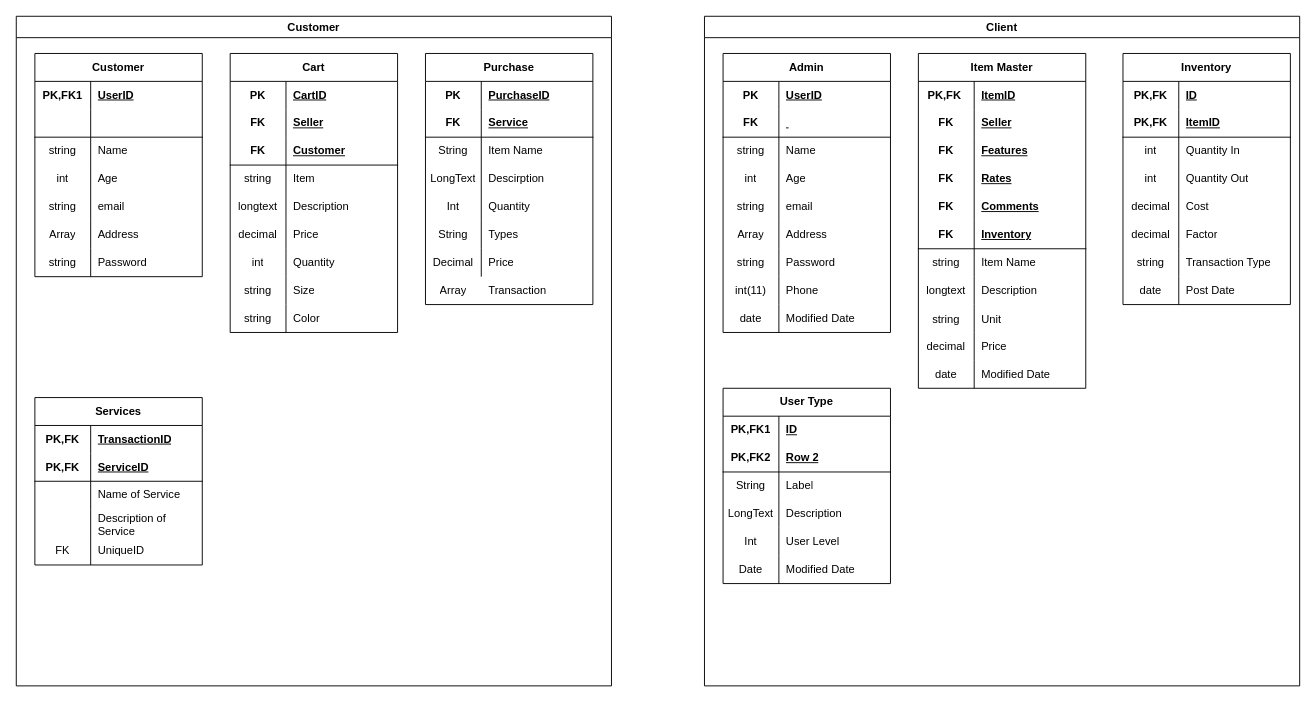
Before: Untitled Diagram.drawio in clydeaaron/ERD, a draw.io diagram. Source tidied: cells renumbered, new cells numbered last; positions are measured from the earlier drawing's top-left corner, leaving out a move shared by most shapes. Both pictures are drawn from the tidied source at 93%, with x=0, y=0 at pixel (16, 16).
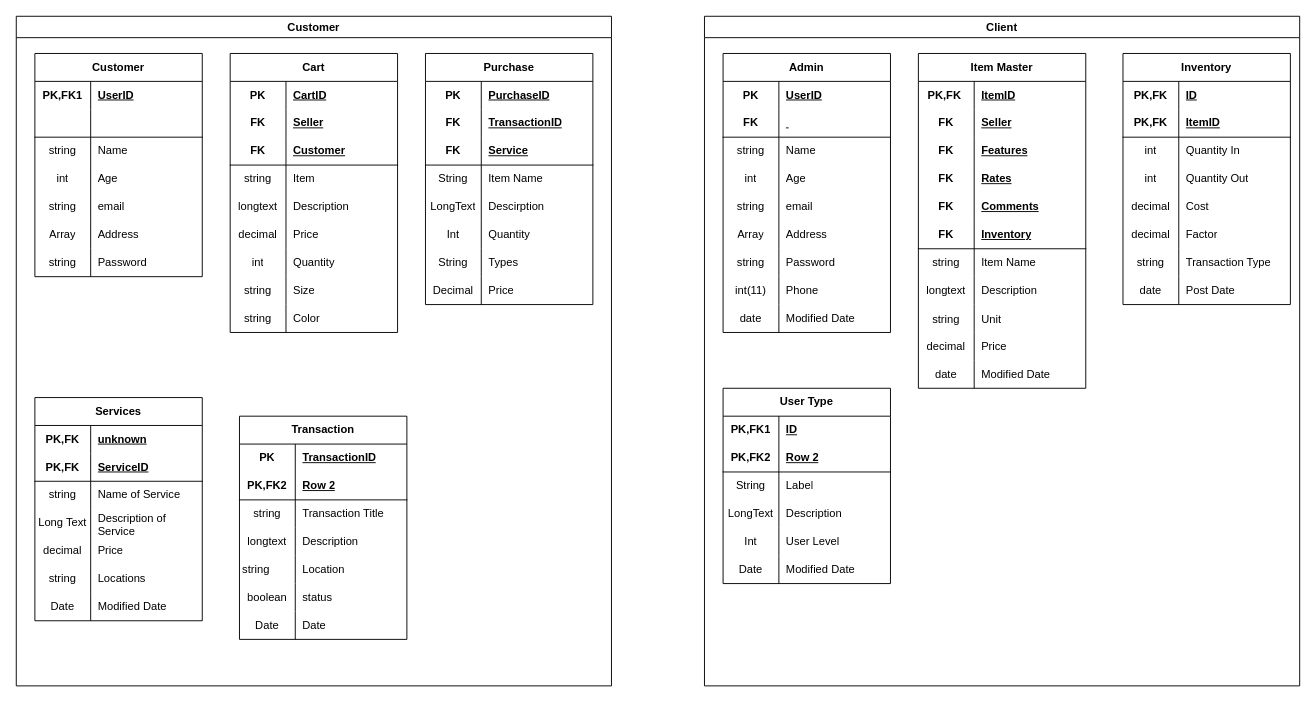
The same diagram, later.

Commit message:
Transaction table for Customer

The change refers to these unchanged cells:
```xml
<mxCell id="2" value="Customer" style="swimlane;whiteSpace=wrap;html=1;fillColor=#FFFFFF;" parent="1" vertex="1">
  <mxGeometry width="640" height="720" as="geometry" />
</mxCell>
<mxCell id="53" value="Purchase" style="shape=table;startSize=30;childLayout=tableLayout;rowLines=0;fontStyle=1;align=center;html=1;whiteSpace=wrap;" parent="2" vertex="1">
  <mxGeometry x="440" y="40" width="180" height="270" as="geometry" />
</mxCell>
<mxCell id="76" style="shape=tableRow;horizontal=0;startSize=0;swimlaneHead=0;swimlaneBody=0;fillColor=none;top=0;left=0;right=0;bottom=0;html=1;" parent="75" vertex="1">
  <mxGeometry y="30" width="180" height="30" as="geometry" />
</mxCell>
<mxCell id="82" style="shape=tableRow;horizontal=0;startSize=0;swimlaneHead=0;swimlaneBody=0;fillColor=none;top=0;left=0;right=0;bottom=0;html=1;" parent="75" vertex="1">
  <mxGeometry y="90" width="180" height="30" as="geometry" />
</mxCell>
<mxCell id="85" style="shape=tableRow;horizontal=0;startSize=0;swimlaneHead=0;swimlaneBody=0;fillColor=none;top=0;left=0;right=0;bottom=0;html=1;" parent="75" vertex="1">
  <mxGeometry y="120" width="180" height="30" as="geometry" />
</mxCell>
<mxCell id="88" style="shape=tableRow;horizontal=0;startSize=0;swimlaneHead=0;swimlaneBody=0;fillColor=none;top=0;left=0;right=0;bottom=0;" parent="75" vertex="1">
  <mxGeometry y="150" width="180" height="30" as="geometry" />
</mxCell>
```

Change to the diagram source:
```diff
@@
+    <mxCell id="201" style="shape=tableRow;horizontal=0;startSize=0;swimlaneHead=0;swimlaneBody=0;fillColor=none;top=0;left=0;right=0;bottom=0;" parent="53" vertex="1">
+      <mxGeometry y="60" width="180" height="30" as="geometry" />
+    </mxCell>
+    <mxCell id="202" value="FK" style="shape=partialRectangle;fillColor=none;top=0;left=0;bottom=0;right=0;fontStyle=1;overflow=hidden;whiteSpace=wrap;html=1;" parent="201" vertex="1">
+      <mxGeometry width="60" height="30" as="geometry" />
+    </mxCell>
+    <mxCell id="203" value="&lt;b&gt;&lt;u&gt;TransactionID&lt;/u&gt;&lt;/b&gt;" style="shape=partialRectangle;fillColor=none;top=0;left=0;bottom=0;right=0;align=left;spacingLeft=6;fontStyle=0;overflow=hidden;whiteSpace=wrap;html=1;" parent="201" vertex="1">
+      <mxGeometry x="60" width="120" height="30" as="geometry" />
+    </mxCell>
     <mxCell id="57" style="shape=tableRow;horizontal=0;startSize=0;swimlaneHead=0;swimlaneBody=0;fillColor=none;top=0;left=0;right=0;bottom=1;html=1;" parent="53" vertex="1">
-      <mxGeometry y="60" width="180" height="30" as="geometry" />
+      <mxGeometry y="90" width="180" height="30" as="geometry" />
     </mxCell>
@@
     <mxCell id="60" style="shape=tableRow;horizontal=0;startSize=0;swimlaneHead=0;swimlaneBody=0;fillColor=none;top=0;left=0;right=0;bottom=0;html=1;" parent="53" vertex="1">
-      <mxGeometry y="90" width="180" height="30" as="geometry" />
+      <mxGeometry y="120" width="180" height="30" as="geometry" />
     </mxCell>
@@
     <mxCell id="63" style="shape=tableRow;horizontal=0;startSize=0;swimlaneHead=0;swimlaneBody=0;fillColor=none;top=0;left=0;right=0;bottom=0;html=1;" parent="53" vertex="1">
-      <mxGeometry y="120" width="180" height="30" as="geometry" />
+      <mxGeometry y="150" width="180" height="30" as="geometry" />
     </mxCell>
@@
     <mxCell id="66" style="shape=tableRow;horizontal=0;startSize=0;swimlaneHead=0;swimlaneBody=0;fillColor=none;top=0;left=0;right=0;bottom=0;" parent="53" vertex="1">
-      <mxGeometry y="150" width="180" height="30" as="geometry" />
+      <mxGeometry y="180" width="180" height="30" as="geometry" />
     </mxCell>
@@
     <mxCell id="69" style="shape=tableRow;horizontal=0;startSize=0;swimlaneHead=0;swimlaneBody=0;fillColor=none;top=0;left=0;right=0;bottom=0;" parent="53" vertex="1">
-      <mxGeometry y="180" width="180" height="30" as="geometry" />
+      <mxGeometry y="210" width="180" height="30" as="geometry" />
     </mxCell>
@@
     <mxCell id="72" style="shape=tableRow;horizontal=0;startSize=0;swimlaneHead=0;swimlaneBody=0;fillColor=none;top=0;left=0;right=0;bottom=0;" parent="53" vertex="1">
-      <mxGeometry y="210" width="180" height="30" as="geometry" />
+      <mxGeometry y="240" width="180" height="30" as="geometry" />
     </mxCell>
@@
     <mxCell id="75" value="Services" style="shape=table;startSize=30;childLayout=tableLayout;rowLines=0;fontStyle=1;align=center;html=1;whiteSpace=wrap;" parent="2" vertex="1">
-      <mxGeometry x="20" y="410" width="180" height="180" as="geometry" />
+      <mxGeometry x="20" y="410" width="180" height="240" as="geometry" />
     </mxCell>
@@
-    <mxCell id="78" value="TransactionID" style="shape=partialRectangle;fillColor=none;top=0;left=0;bottom=0;right=0;align=left;spacingLeft=6;fontStyle=5;overflow=hidden;html=1;whiteSpace=wrap;" parent="76" vertex="1">
+    <mxCell id="78" value="unknown" style="shape=partialRectangle;fillColor=none;top=0;left=0;bottom=0;right=0;align=left;spacingLeft=6;fontStyle=5;overflow=hidden;html=1;whiteSpace=wrap;" parent="76" vertex="1">
       <mxGeometry x="60" width="120" height="30" as="geometry" />
     </mxCell>
@@
-    <mxCell id="83" style="shape=partialRectangle;fillColor=none;top=0;left=0;bottom=0;right=0;overflow=hidden;html=1;whiteSpace=wrap;" parent="82" vertex="1">
+    <mxCell id="83" value="string" style="shape=partialRectangle;fillColor=none;top=0;left=0;bottom=0;right=0;overflow=hidden;html=1;whiteSpace=wrap;" parent="82" vertex="1">
       <mxGeometry width="60" height="30" as="geometry" />
     </mxCell>
@@
-    <mxCell id="86" style="shape=partialRectangle;fillColor=none;top=0;left=0;bottom=0;right=0;overflow=hidden;html=1;whiteSpace=wrap;" parent="85" vertex="1">
+    <mxCell id="86" value="Long Text" style="shape=partialRectangle;fillColor=none;top=0;left=0;bottom=0;right=0;overflow=hidden;html=1;whiteSpace=wrap;" parent="85" vertex="1">
       <mxGeometry width="60" height="30" as="geometry" />
     </mxCell>
@@
-    <mxCell id="89" value="FK" style="shape=partialRectangle;fillColor=none;top=0;left=0;bottom=0;right=0;fontStyle=0;overflow=hidden;whiteSpace=wrap;html=1;" parent="88" vertex="1">
+    <mxCell id="89" value="decimal" style="shape=partialRectangle;fillColor=none;top=0;left=0;bottom=0;right=0;fontStyle=0;overflow=hidden;whiteSpace=wrap;html=1;" parent="88" vertex="1">
       <mxGeometry width="60" height="30" as="geometry" />
     </mxCell>
-    <mxCell id="90" value="UniqueID" style="shape=partialRectangle;fillColor=none;top=0;left=0;bottom=0;right=0;align=left;spacingLeft=6;fontStyle=0;overflow=hidden;whiteSpace=wrap;html=1;" parent="88" vertex="1">
+    <mxCell id="90" value="Price" style="shape=partialRectangle;fillColor=none;top=0;left=0;bottom=0;right=0;align=left;spacingLeft=6;fontStyle=0;overflow=hidden;whiteSpace=wrap;html=1;" parent="88" vertex="1">
       <mxGeometry x="60" width="120" height="30" as="geometry" />
     </mxCell>
+    <mxCell id="204" style="shape=tableRow;horizontal=0;startSize=0;swimlaneHead=0;swimlaneBody=0;fillColor=none;top=0;left=0;right=0;bottom=0;" parent="75" vertex="1">
+      <mxGeometry y="180" width="180" height="30" as="geometry" />
+    </mxCell>
+    <mxCell id="205" value="string" style="shape=partialRectangle;fillColor=none;top=0;left=0;bottom=0;right=0;fontStyle=0;overflow=hidden;whiteSpace=wrap;html=1;" parent="204" vertex="1">
+      <mxGeometry width="60" height="30" as="geometry" />
+    </mxCell>
+    <mxCell id="206" value="Locations" style="shape=partialRectangle;fillColor=none;top=0;left=0;bottom=0;right=0;align=left;spacingLeft=6;fontStyle=0;overflow=hidden;whiteSpace=wrap;html=1;" parent="204" vertex="1">
+      <mxGeometry x="60" width="120" height="30" as="geometry" />
+    </mxCell>
+    <mxCell id="207" style="shape=tableRow;horizontal=0;startSize=0;swimlaneHead=0;swimlaneBody=0;fillColor=none;top=0;left=0;right=0;bottom=0;" parent="75" vertex="1">
+      <mxGeometry y="210" width="180" height="30" as="geometry" />
+    </mxCell>
+    <mxCell id="208" value="Date" style="shape=partialRectangle;fillColor=none;top=0;left=0;bottom=0;right=0;fontStyle=0;overflow=hidden;whiteSpace=wrap;html=1;" parent="207" vertex="1">
+      <mxGeometry width="60" height="30" as="geometry" />
+    </mxCell>
+    <mxCell id="209" value="Modified Date" style="shape=partialRectangle;fillColor=none;top=0;left=0;bottom=0;right=0;align=left;spacingLeft=6;fontStyle=0;overflow=hidden;whiteSpace=wrap;html=1;" parent="207" vertex="1">
+      <mxGeometry x="60" width="120" height="30" as="geometry" />
+    </mxCell>
@@
-    <mxCell id="198" style="shape=tableRow;horizontal=0;startSize=0;swimlaneHead=0;swimlaneBody=0;fillColor=none;top=0;left=0;right=0;bottom=0;" parent="1" vertex="1">
-      <mxGeometry x="440" y="280" width="180" height="30" as="geometry" />
-    </mxCell>
-    <mxCell id="199" value="Array" style="shape=partialRectangle;fillColor=none;top=0;left=0;bottom=0;right=0;fontStyle=0;overflow=hidden;whiteSpace=wrap;html=1;" parent="198" vertex="1">
-      <mxGeometry width="60" height="30" as="geometry" />
-    </mxCell>
-    <mxCell id="200" value="Transaction" style="shape=partialRectangle;fillColor=none;top=0;left=0;bottom=0;right=0;align=left;spacingLeft=6;fontStyle=0;overflow=hidden;whiteSpace=wrap;html=1;" parent="198" vertex="1">
-      <mxGeometry x="60" width="120" height="30" as="geometry" />
+    <mxCell id="200" value="Transaction" style="shape=table;startSize=30;childLayout=tableLayout;rowLines=0;fontStyle=1;align=center;html=1;whiteSpace=wrap;" parent="1" vertex="1">
+      <mxGeometry x="240" y="430" width="180" height="240" as="geometry" />
     </mxCell>
+    <mxCell id="210" style="shape=tableRow;horizontal=0;startSize=0;swimlaneHead=0;swimlaneBody=0;fillColor=none;top=0;left=0;right=0;bottom=0;html=1;" parent="200" vertex="1">
+      <mxGeometry y="30" width="180" height="30" as="geometry" />
+    </mxCell>
+    <mxCell id="211" value="PK" style="shape=partialRectangle;fillColor=none;top=0;left=0;bottom=0;right=0;fontStyle=1;overflow=hidden;html=1;whiteSpace=wrap;" parent="210" vertex="1">
+      <mxGeometry width="60" height="30" as="geometry" />
+    </mxCell>
+    <mxCell id="212" value="TransactionID" style="shape=partialRectangle;fillColor=none;top=0;left=0;bottom=0;right=0;align=left;spacingLeft=6;fontStyle=5;overflow=hidden;html=1;whiteSpace=wrap;" parent="210" vertex="1">
+      <mxGeometry x="60" width="120" height="30" as="geometry" />
+    </mxCell>
+    <mxCell id="213" style="shape=tableRow;horizontal=0;startSize=0;swimlaneHead=0;swimlaneBody=0;fillColor=none;top=0;left=0;right=0;bottom=1;html=1;" parent="200" vertex="1">
+      <mxGeometry y="60" width="180" height="30" as="geometry" />
+    </mxCell>
+    <mxCell id="214" value="PK,FK2" style="shape=partialRectangle;fillColor=none;top=0;left=0;bottom=0;right=0;fontStyle=1;overflow=hidden;html=1;whiteSpace=wrap;" parent="213" vertex="1">
+      <mxGeometry width="60" height="30" as="geometry" />
+    </mxCell>
+    <mxCell id="215" value="Row 2" style="shape=partialRectangle;fillColor=none;top=0;left=0;bottom=0;right=0;align=left;spacingLeft=6;fontStyle=5;overflow=hidden;html=1;whiteSpace=wrap;" parent="213" vertex="1">
+      <mxGeometry x="60" width="120" height="30" as="geometry" />
+    </mxCell>
+    <mxCell id="216" style="shape=tableRow;horizontal=0;startSize=0;swimlaneHead=0;swimlaneBody=0;fillColor=none;top=0;left=0;right=0;bottom=0;html=1;" parent="200" vertex="1">
+      <mxGeometry y="90" width="180" height="30" as="geometry" />
+    </mxCell>
+    <mxCell id="217" value="string" style="shape=partialRectangle;fillColor=none;top=0;left=0;bottom=0;right=0;overflow=hidden;html=1;whiteSpace=wrap;" parent="216" vertex="1">
+      <mxGeometry width="60" height="30" as="geometry" />
+    </mxCell>
+    <mxCell id="218" value="Transaction Title" style="shape=partialRectangle;fillColor=none;top=0;left=0;bottom=0;right=0;align=left;spacingLeft=6;overflow=hidden;html=1;whiteSpace=wrap;" parent="216" vertex="1">
+      <mxGeometry x="60" width="120" height="30" as="geometry" />
+    </mxCell>
+    <mxCell id="219" style="shape=tableRow;horizontal=0;startSize=0;swimlaneHead=0;swimlaneBody=0;fillColor=none;top=0;left=0;right=0;bottom=0;html=1;" parent="200" vertex="1">
+      <mxGeometry y="120" width="180" height="30" as="geometry" />
+    </mxCell>
+    <mxCell id="220" value="longtext" style="shape=partialRectangle;fillColor=none;top=0;left=0;bottom=0;right=0;overflow=hidden;html=1;whiteSpace=wrap;" parent="219" vertex="1">
+      <mxGeometry width="60" height="30" as="geometry" />
+    </mxCell>
+    <mxCell id="221" value="Description" style="shape=partialRectangle;fillColor=none;top=0;left=0;bottom=0;right=0;align=left;spacingLeft=6;overflow=hidden;html=1;whiteSpace=wrap;" parent="219" vertex="1">
+      <mxGeometry x="60" width="120" height="30" as="geometry" />
+    </mxCell>
+    <mxCell id="222" style="shape=tableRow;horizontal=0;startSize=0;swimlaneHead=0;swimlaneBody=0;fillColor=none;top=0;left=0;right=0;bottom=0;" parent="200" vertex="1">
+      <mxGeometry y="150" width="180" height="30" as="geometry" />
+    </mxCell>
+    <mxCell id="223" value="string&lt;span style=&quot;white-space: pre;&quot;&gt;&#9;&lt;/span&gt;" style="shape=partialRectangle;fillColor=none;top=0;left=0;bottom=0;right=0;fontStyle=0;overflow=hidden;whiteSpace=wrap;html=1;" parent="222" vertex="1">
+      <mxGeometry width="60" height="30" as="geometry" />
+    </mxCell>
+    <mxCell id="224" value="Location" style="shape=partialRectangle;fillColor=none;top=0;left=0;bottom=0;right=0;align=left;spacingLeft=6;fontStyle=0;overflow=hidden;whiteSpace=wrap;html=1;" parent="222" vertex="1">
+      <mxGeometry x="60" width="120" height="30" as="geometry" />
+    </mxCell>
+    <mxCell id="225" style="shape=tableRow;horizontal=0;startSize=0;swimlaneHead=0;swimlaneBody=0;fillColor=none;top=0;left=0;right=0;bottom=0;" parent="200" vertex="1">
+      <mxGeometry y="180" width="180" height="30" as="geometry" />
+    </mxCell>
+    <mxCell id="226" value="boolean" style="shape=partialRectangle;fillColor=none;top=0;left=0;bottom=0;right=0;fontStyle=0;overflow=hidden;whiteSpace=wrap;html=1;" parent="225" vertex="1">
+      <mxGeometry width="60" height="30" as="geometry" />
+    </mxCell>
+    <mxCell id="227" value="status" style="shape=partialRectangle;fillColor=none;top=0;left=0;bottom=0;right=0;align=left;spacingLeft=6;fontStyle=0;overflow=hidden;whiteSpace=wrap;html=1;" parent="225" vertex="1">
+      <mxGeometry x="60" width="120" height="30" as="geometry" />
+    </mxCell>
+    <mxCell id="228" style="shape=tableRow;horizontal=0;startSize=0;swimlaneHead=0;swimlaneBody=0;fillColor=none;top=0;left=0;right=0;bottom=0;" parent="200" vertex="1">
+      <mxGeometry y="210" width="180" height="30" as="geometry" />
+    </mxCell>
+    <mxCell id="229" value="Date" style="shape=partialRectangle;fillColor=none;top=0;left=0;bottom=0;right=0;fontStyle=0;overflow=hidden;whiteSpace=wrap;html=1;" parent="228" vertex="1">
+      <mxGeometry width="60" height="30" as="geometry" />
+    </mxCell>
+    <mxCell id="230" value="Date" style="shape=partialRectangle;fillColor=none;top=0;left=0;bottom=0;right=0;align=left;spacingLeft=6;fontStyle=0;overflow=hidden;whiteSpace=wrap;html=1;" parent="228" vertex="1">
+      <mxGeometry x="60" width="120" height="30" as="geometry" />
+    </mxCell>
```
